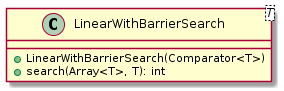
Before: malokhvii-eduard/malokhvii05/doc/plantuml/png/ua.khpi.oop.malokhvii05.common.algorithms.search.LinearWithBarrierSearch.png, a diagram exported from PlantUML (P-Kalin/kit26a). Its diagram source:
```plantuml
@startuml

    class LinearWithBarrierSearch<T> {
        +LinearWithBarrierSearch(Comparator<T>)
        +search(Array<T>, T): int
    }

@enduml
```
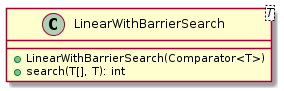
Above is the later version.

Change to the diagram source:
```diff
@@ -2,7 +2,7 @@
 
     class LinearWithBarrierSearch<T> {
         +LinearWithBarrierSearch(Comparator<T>)
-        +search(Array<T>, T): int
+        +search(T[], T): int
     }
 
 @enduml
```
